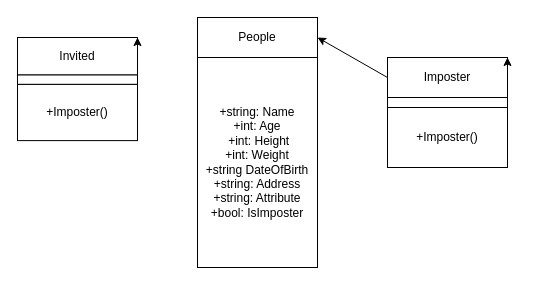
The draw.io diagram diagram.drawio in TE22B-Champathong-Phatchara/SlutProj, before the edit. Source tidied: cells renumbered, new cells numbered last; positions are measured from the earlier drawing's top-left corner, leaving out a move shared by most shapes. Both pictures are drawn from the tidied source at 100%, with x=0, y=0 at pixel (17, 17).
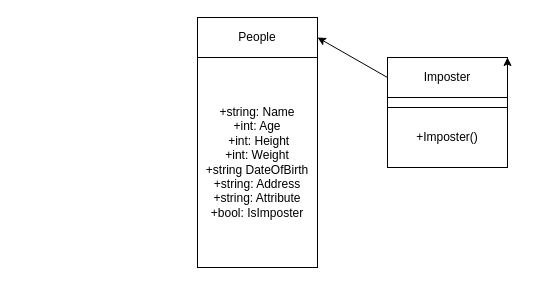
After the change.

The edit, as a diff of the source:
```diff
@@
 <mxGraphModel>
   <root>
     <mxCell id="0" />
     <mxCell id="1" parent="0" />
     <mxCell id="2" style="edgeStyle=none;html=1;exitX=0;exitY=0.5;exitDx=0;exitDy=0;entryX=1;entryY=0.5;entryDx=0;entryDy=0;" parent="1" edge="1" source="4" target="9">
       <mxGeometry relative="1" as="geometry" />
     </mxCell>
     <mxCell id="3" style="group;" parent="1" vertex="1">
       <mxGeometry x="370" y="40" width="120" height="160" as="geometry" />
     </mxCell>
     <mxCell id="4" value="Imposter" style="rounded=0;whiteSpace=wrap;html=1;" parent="3" vertex="1">
       <mxGeometry width="120" height="40" as="geometry" />
     </mxCell>
     <mxCell id="5" style="edgeStyle=none;html=1;exitX=1;exitY=0.25;exitDx=0;exitDy=0;entryX=1;entryY=0;entryDx=0;entryDy=0;" parent="3" edge="1" source="6" target="4">
       <mxGeometry relative="1" as="geometry" />
     </mxCell>
     <mxCell id="6" style="rounded=0;whiteSpace=wrap;html=1;" parent="3" vertex="1">
       <mxGeometry y="40" width="120" height="10" as="geometry" />
     </mxCell>
     <mxCell id="7" value="+Imposter()" style="rounded=0;whiteSpace=wrap;html=1;" parent="3" vertex="1">
       <mxGeometry y="50" width="120" height="60" as="geometry" />
     </mxCell>
     <mxCell id="8" style="group;" parent="1" vertex="1">
       <mxGeometry x="180" width="120" height="250" as="geometry" />
     </mxCell>
     <mxCell id="9" value="People" style="rounded=0;whiteSpace=wrap;html=1;" parent="8" vertex="1">
       <mxGeometry width="120" height="40" as="geometry" />
     </mxCell>
     <mxCell id="10" value="+string: Name&lt;br&gt;+int: Age&lt;br&gt;&amp;nbsp;+int: Height&lt;br&gt;+int: Weight&lt;br&gt;+string DateOfBirth&lt;br&gt;+string: Address&lt;br&gt;+string: Attribute&lt;br&gt;+bool: IsImposter" style="rounded=0;whiteSpace=wrap;html=1;" parent="8" vertex="1">
       <mxGeometry y="40" width="120" height="210" as="geometry" />
     </mxCell>
-    <mxCell id="11" style="group;" parent="1" vertex="1">
-      <mxGeometry y="20" width="120" height="150" as="geometry" />
-    </mxCell>
-    <mxCell id="12" value="Invited" style="rounded=0;whiteSpace=wrap;html=1;" parent="11" vertex="1">
-      <mxGeometry width="120" height="37.5" as="geometry" />
-    </mxCell>
-    <mxCell id="13" style="edgeStyle=none;html=1;exitX=1;exitY=0.25;exitDx=0;exitDy=0;entryX=1;entryY=0;entryDx=0;entryDy=0;" parent="11" edge="1" source="14" target="12">
-      <mxGeometry relative="1" as="geometry" />
-    </mxCell>
-    <mxCell id="14" style="rounded=0;whiteSpace=wrap;html=1;" parent="11" vertex="1">
-      <mxGeometry y="37.5" width="120" height="9.4" as="geometry" />
-    </mxCell>
-    <mxCell id="15" value="+Imposter()" style="rounded=0;whiteSpace=wrap;html=1;" parent="11" vertex="1">
-      <mxGeometry y="46.9" width="120" height="56.2" as="geometry" />
-    </mxCell>
   </root>
 </mxGraphModel>
```
